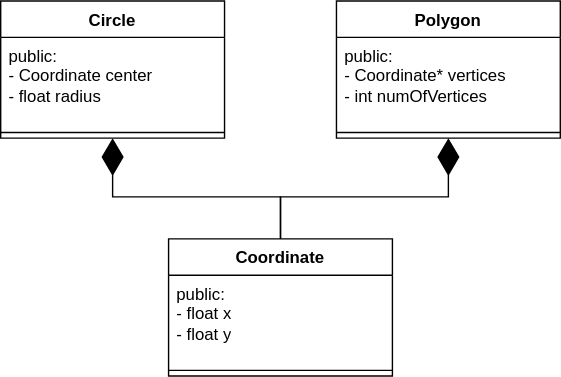
Above: docs/Semester2/OOP/images/composition_1.svg in WilliamWoha/csjournal (draw.io), before the change. Source tidied: cells renumbered, new cells last; positions are measured from the earlier drawing's top-left corner, leaving out a move shared by most shapes. Its diagram source:
```xml
<mxGraphModel>
  <root>
    <mxCell id="0" />
    <mxCell id="1" parent="0" />
    <mxCell id="2" value="Coordinate" style="swimlane;fontStyle=1;align=center;verticalAlign=top;horizontal=1;startSize=26;whiteSpace=wrap;html=1;" parent="1" vertex="1">
      <mxGeometry x="120" y="170" width="160" height="98" as="geometry" />
    </mxCell>
    <mxCell id="3" value="public:&lt;br&gt;- float x&lt;br&gt;- float y" style="text;strokeColor=none;fillColor=none;align=left;verticalAlign=top;spacingLeft=4;spacingRight=4;overflow=hidden;whiteSpace=wrap;html=1;" parent="2" vertex="1">
      <mxGeometry y="26" width="160" height="64" as="geometry" />
    </mxCell>
    <mxCell id="4" style="line;strokeWidth=1;fillColor=none;align=left;verticalAlign=middle;spacingTop=-1;spacingLeft=3;spacingRight=3;labelPosition=right;strokeColor=inherit;" parent="2" vertex="1">
      <mxGeometry y="90" width="160" height="8" as="geometry" />
    </mxCell>
    <mxCell id="5" value="Circle" style="swimlane;fontStyle=1;align=center;verticalAlign=top;horizontal=1;startSize=26;whiteSpace=wrap;html=1;" parent="1" vertex="1">
      <mxGeometry width="160" height="98" as="geometry" />
    </mxCell>
    <mxCell id="6" value="public:&lt;br&gt;- Coordinate center&lt;br&gt;- float radius" style="text;strokeColor=none;fillColor=none;align=left;verticalAlign=top;spacingLeft=4;spacingRight=4;overflow=hidden;whiteSpace=wrap;html=1;" parent="5" vertex="1">
      <mxGeometry y="26" width="160" height="64" as="geometry" />
    </mxCell>
    <mxCell id="7" style="line;strokeWidth=1;fillColor=none;align=left;verticalAlign=middle;spacingTop=-1;spacingLeft=3;spacingRight=3;labelPosition=right;strokeColor=inherit;" parent="5" vertex="1">
      <mxGeometry y="90" width="160" height="8" as="geometry" />
    </mxCell>
    <mxCell id="8" value="Polygon" style="swimlane;fontStyle=1;align=center;verticalAlign=top;horizontal=1;startSize=26;whiteSpace=wrap;html=1;" parent="1" vertex="1">
      <mxGeometry x="240" width="160" height="98" as="geometry" />
    </mxCell>
    <mxCell id="9" value="public:&lt;br&gt;- Coordinate* vertices&lt;br&gt;- int numOfVertices" style="text;strokeColor=none;fillColor=none;align=left;verticalAlign=top;spacingLeft=4;spacingRight=4;overflow=hidden;whiteSpace=wrap;html=1;" parent="8" vertex="1">
      <mxGeometry y="26" width="160" height="64" as="geometry" />
    </mxCell>
    <mxCell id="10" style="line;strokeWidth=1;fillColor=none;align=left;verticalAlign=middle;spacingTop=-1;spacingLeft=3;spacingRight=3;labelPosition=right;strokeColor=inherit;" parent="8" vertex="1">
      <mxGeometry y="90" width="160" height="8" as="geometry" />
    </mxCell>
    <mxCell id="11" style="endArrow=diamondThin;endFill=1;endSize=24;html=1;rounded=0;entryX=0.5;entryY=1;entryDx=0;entryDy=0;exitX=0.5;exitY=0;exitDx=0;exitDy=0;" parent="1" edge="1" source="2" target="5">
      <mxGeometry relative="1" as="geometry">
        <Array as="points">
          <mxPoint x="200" y="140" />
          <mxPoint x="80" y="140" />
        </Array>
      </mxGeometry>
    </mxCell>
    <mxCell id="12" style="endArrow=diamondThin;endFill=1;endSize=24;html=1;rounded=0;entryX=0.5;entryY=1;entryDx=0;entryDy=0;exitX=0.5;exitY=0;exitDx=0;exitDy=0;" parent="1" edge="1" source="2" target="8">
      <mxGeometry relative="1" as="geometry">
        <Array as="points">
          <mxPoint x="200" y="140" />
          <mxPoint x="320" y="140" />
        </Array>
      </mxGeometry>
    </mxCell>
  </root>
</mxGraphModel>
```
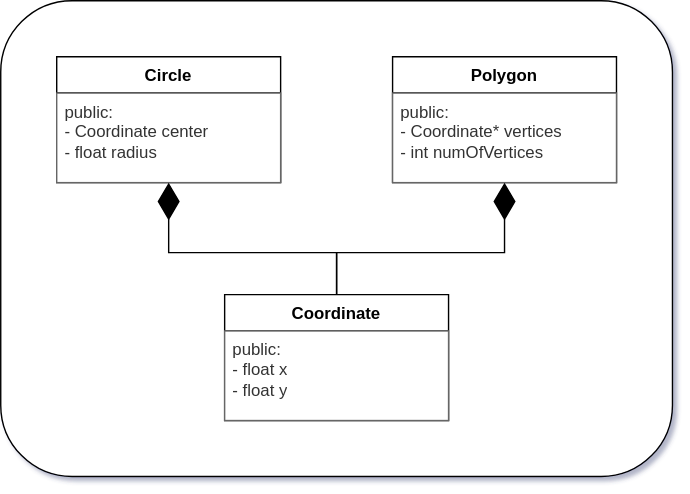
Above is the later version.

Diff of the diagram source:
```diff
@@ -1,34 +1,28 @@
-<mxGraphModel>
+<mxGraphModel shadow="1">
   <root>
     <mxCell id="0" />
     <mxCell id="1" parent="0" />
+    <mxCell id="13" style="rounded=1;whiteSpace=wrap;html=1;" parent="1" vertex="1">
+      <mxGeometry x="-40" y="-40" width="480" height="340" as="geometry" />
+    </mxCell>
     <mxCell id="2" value="Coordinate" style="swimlane;fontStyle=1;align=center;verticalAlign=top;horizontal=1;startSize=26;whiteSpace=wrap;html=1;" parent="1" vertex="1">
-      <mxGeometry x="120" y="170" width="160" height="98" as="geometry" />
+      <mxGeometry x="120" y="170" width="160" height="90" as="geometry" />
     </mxCell>
-    <mxCell id="3" value="public:&lt;br&gt;- float x&lt;br&gt;- float y" style="text;strokeColor=none;fillColor=none;align=left;verticalAlign=top;spacingLeft=4;spacingRight=4;overflow=hidden;whiteSpace=wrap;html=1;" parent="2" vertex="1">
+    <mxCell id="3" value="public:&lt;br&gt;- float x&lt;br&gt;- float y" style="text;strokeColor=#666666;fillColor=#FFFFFF;align=left;verticalAlign=top;spacingLeft=4;spacingRight=4;overflow=hidden;whiteSpace=wrap;html=1;fontColor=#333333;" parent="2" vertex="1">
       <mxGeometry y="26" width="160" height="64" as="geometry" />
     </mxCell>
-    <mxCell id="4" style="line;strokeWidth=1;fillColor=none;align=left;verticalAlign=middle;spacingTop=-1;spacingLeft=3;spacingRight=3;labelPosition=right;strokeColor=inherit;" parent="2" vertex="1">
-      <mxGeometry y="90" width="160" height="8" as="geometry" />
-    </mxCell>
     <mxCell id="5" value="Circle" style="swimlane;fontStyle=1;align=center;verticalAlign=top;horizontal=1;startSize=26;whiteSpace=wrap;html=1;" parent="1" vertex="1">
-      <mxGeometry width="160" height="98" as="geometry" />
+      <mxGeometry width="160" height="90" as="geometry" />
     </mxCell>
-    <mxCell id="6" value="public:&lt;br&gt;- Coordinate center&lt;br&gt;- float radius" style="text;strokeColor=none;fillColor=none;align=left;verticalAlign=top;spacingLeft=4;spacingRight=4;overflow=hidden;whiteSpace=wrap;html=1;" parent="5" vertex="1">
+    <mxCell id="6" value="public:&lt;br&gt;- Coordinate center&lt;br&gt;- float radius" style="text;align=left;verticalAlign=top;spacingLeft=4;spacingRight=4;overflow=hidden;whiteSpace=wrap;html=1;fillColor=#FFFFFF;fontColor=#333333;strokeColor=#666666;" parent="5" vertex="1">
       <mxGeometry y="26" width="160" height="64" as="geometry" />
     </mxCell>
-    <mxCell id="7" style="line;strokeWidth=1;fillColor=none;align=left;verticalAlign=middle;spacingTop=-1;spacingLeft=3;spacingRight=3;labelPosition=right;strokeColor=inherit;" parent="5" vertex="1">
-      <mxGeometry y="90" width="160" height="8" as="geometry" />
-    </mxCell>
     <mxCell id="8" value="Polygon" style="swimlane;fontStyle=1;align=center;verticalAlign=top;horizontal=1;startSize=26;whiteSpace=wrap;html=1;" parent="1" vertex="1">
-      <mxGeometry x="240" width="160" height="98" as="geometry" />
+      <mxGeometry x="240" width="160" height="90" as="geometry" />
     </mxCell>
-    <mxCell id="9" value="public:&lt;br&gt;- Coordinate* vertices&lt;br&gt;- int numOfVertices" style="text;strokeColor=none;fillColor=none;align=left;verticalAlign=top;spacingLeft=4;spacingRight=4;overflow=hidden;whiteSpace=wrap;html=1;" parent="8" vertex="1">
+    <mxCell id="9" value="public:&lt;br&gt;- Coordinate* vertices&lt;br&gt;- int numOfVertices" style="text;align=left;verticalAlign=top;spacingLeft=4;spacingRight=4;overflow=hidden;whiteSpace=wrap;html=1;fillColor=#FFFFFF;fontColor=#333333;strokeColor=#666666;" parent="8" vertex="1">
       <mxGeometry y="26" width="160" height="64" as="geometry" />
     </mxCell>
-    <mxCell id="10" style="line;strokeWidth=1;fillColor=none;align=left;verticalAlign=middle;spacingTop=-1;spacingLeft=3;spacingRight=3;labelPosition=right;strokeColor=inherit;" parent="8" vertex="1">
-      <mxGeometry y="90" width="160" height="8" as="geometry" />
-    </mxCell>
     <mxCell id="11" style="endArrow=diamondThin;endFill=1;endSize=24;html=1;rounded=0;entryX=0.5;entryY=1;entryDx=0;entryDy=0;exitX=0.5;exitY=0;exitDx=0;exitDy=0;" parent="1" edge="1" source="2" target="5">
       <mxGeometry relative="1" as="geometry">
         <Array as="points">
```
